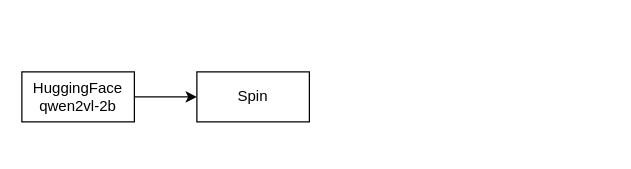
Above: LLM/mllm_hexagon_npu_convert.drawio in mailonghua/drawio (draw.io), before the change. Source tidied: cells renumbered, new cells numbered last; positions are measured from the earlier drawing's top-left corner, leaving out a move shared by most shapes. Both pictures are drawn from the tidied source at 125%, with x=0, y=0 at pixel (21, 71).
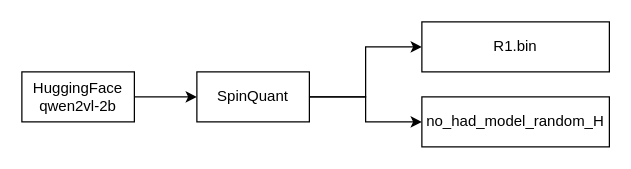
The same diagram, later.

What changed in the source:
```diff
@@
 <mxGraphModel>
   <root>
     <mxCell id="0" />
     <mxCell id="1" parent="0" />
     <mxCell id="2" style="edgeStyle=orthogonalEdgeStyle;rounded=0;jettySize=auto;html=1;" parent="1" edge="1" source="3" target="4">
       <mxGeometry relative="1" as="geometry" />
     </mxCell>
     <mxCell id="3" value="HuggingFace qwen2vl-2b" style="rounded=0;whiteSpace=wrap;html=1;" parent="1" vertex="1">
       <mxGeometry width="90" height="40" as="geometry" />
     </mxCell>
+    <mxCell id="5" style="edgeStyle=orthogonalEdgeStyle;rounded=0;jettySize=auto;html=1;" parent="1" edge="1" source="4" target="7">
+      <mxGeometry relative="1" as="geometry" />
+    </mxCell>
+    <mxCell id="6" style="edgeStyle=orthogonalEdgeStyle;rounded=0;jettySize=auto;html=1;exitX=1;exitY=0.5;exitDx=0;exitDy=0;entryX=0;entryY=0.5;entryDx=0;entryDy=0;" parent="1" edge="1" source="4" target="8">
+      <mxGeometry relative="1" as="geometry" />
+    </mxCell>
-    <mxCell id="4" value="Spin" style="rounded=0;whiteSpace=wrap;html=1;" parent="1" vertex="1">
+    <mxCell id="4" value="SpinQuant" style="rounded=0;whiteSpace=wrap;html=1;" parent="1" vertex="1">
       <mxGeometry x="140" width="90" height="40" as="geometry" />
     </mxCell>
+    <mxCell id="7" value="R1.bin" style="rounded=0;whiteSpace=wrap;html=1;" parent="1" vertex="1">
+      <mxGeometry x="320" y="-40" width="150" height="40" as="geometry" />
+    </mxCell>
+    <mxCell id="8" value="no_had_model_random_H" style="rounded=0;whiteSpace=wrap;html=1;" parent="1" vertex="1">
+      <mxGeometry x="320" y="20" width="150" height="40" as="geometry" />
+    </mxCell>
   </root>
 </mxGraphModel>
```
